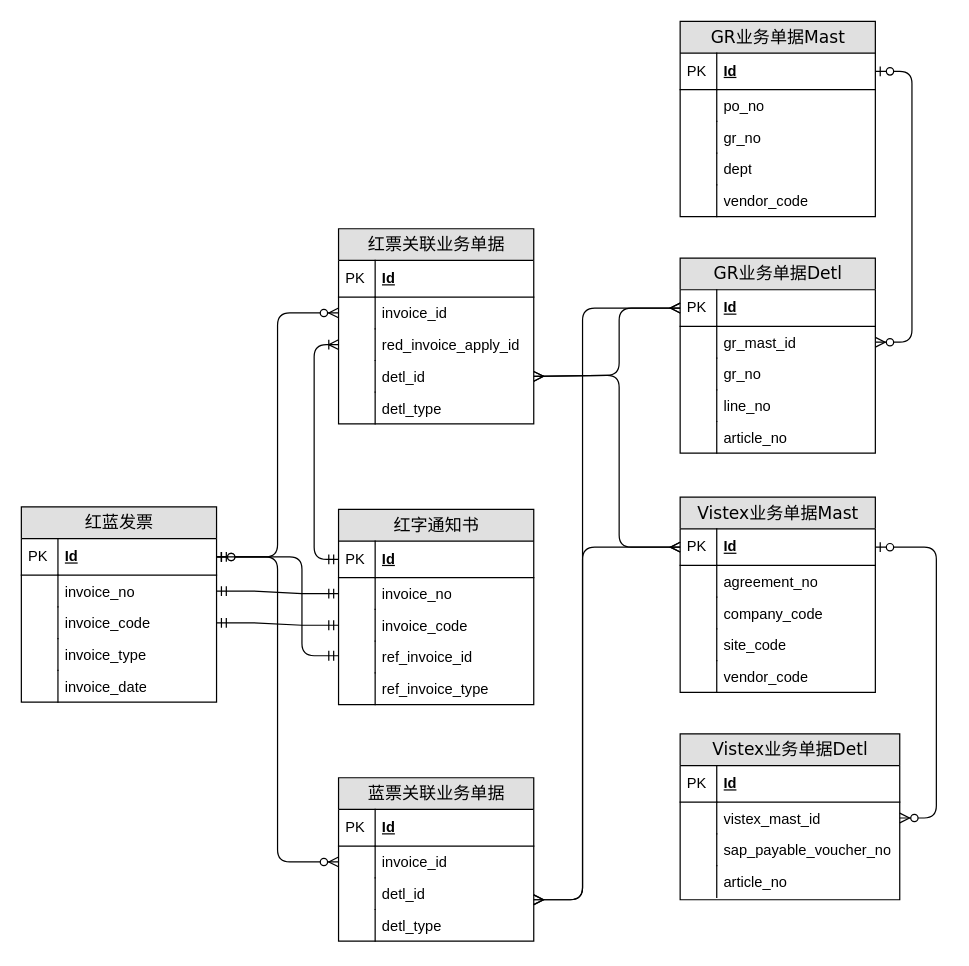
luss613/draw.io keeps this draw.io diagram as VSS_Invoice_ERD.drawio. Above is the earlier version. Source tidied: cells renumbered, new cells numbered last; positions are measured from the earlier drawing's top-left corner, leaving out a move shared by most shapes. Both pictures are drawn from the tidied source at 122%, with x=0, y=0 at pixel (21, 21).
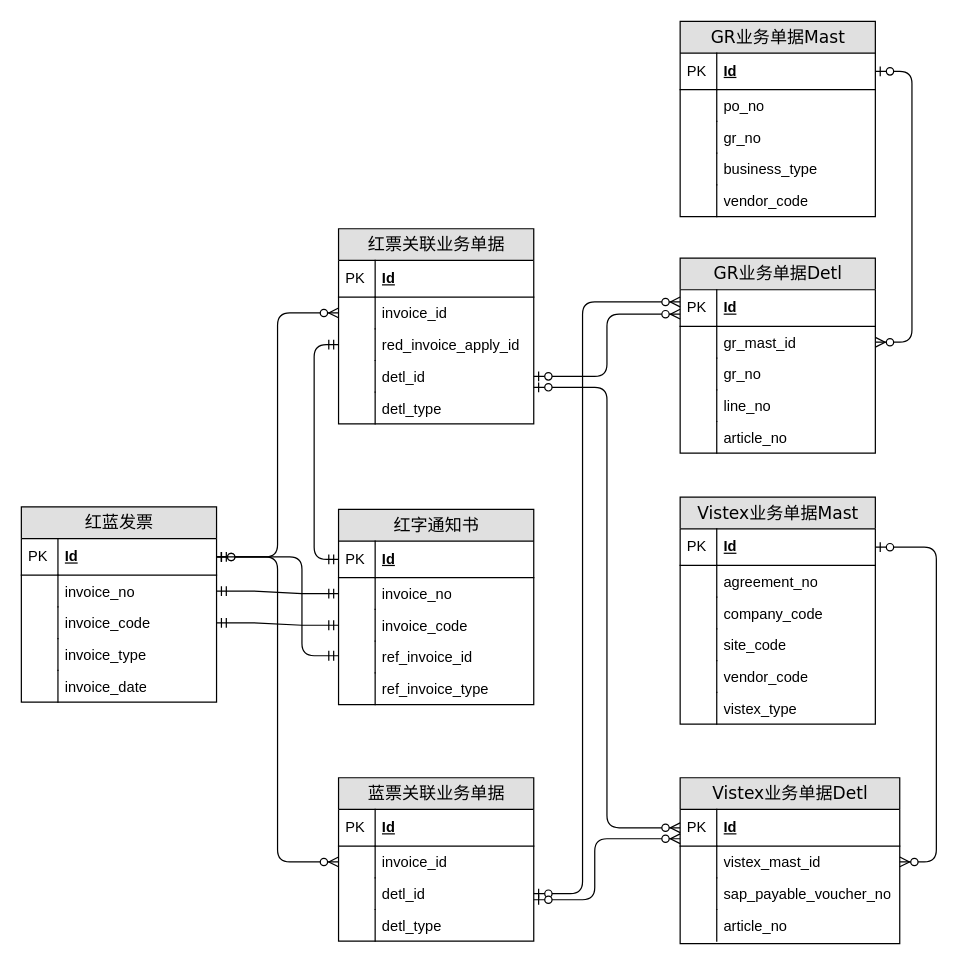
After the change.

The change refers to these unchanged cells:
```xml
<mxCell id="3" value="Id" style="shape=partialRectangle;top=0;left=0;right=0;bottom=1;html=1;align=left;verticalAlign=middle;fillColor=none;spacingLeft=34;spacingRight=4;whiteSpace=wrap;overflow=hidden;points=[[0,0.5],[1,0.5]];portConstraint=eastwest;fontStyle=5;" parent="2" vertex="1">
  <mxGeometry y="26" width="160" height="30" as="geometry" />
</mxCell>
<mxCell id="14" value="Id" style="shape=partialRectangle;top=0;left=0;right=0;bottom=1;html=1;align=left;verticalAlign=middle;fillColor=none;spacingLeft=34;spacingRight=4;whiteSpace=wrap;overflow=hidden;points=[[0,0.5],[1,0.5]];portConstraint=eastwest;fontStyle=5;" parent="13" vertex="1">
  <mxGeometry y="26" width="160" height="30" as="geometry" />
</mxCell>
<mxCell id="42" value="red_invoice_apply_id" style="shape=partialRectangle;top=0;left=0;right=0;bottom=0;html=1;align=left;verticalAlign=top;fillColor=none;spacingLeft=34;spacingRight=4;whiteSpace=wrap;overflow=hidden;points=[[0,0.5],[1,0.5]];portConstraint=eastwest;" parent="37" vertex="1">
  <mxGeometry y="82" width="160" height="26" as="geometry" />
</mxCell>
<mxCell id="44" value="detl_id" style="shape=partialRectangle;top=0;left=0;right=0;bottom=0;html=1;align=left;verticalAlign=top;fillColor=none;spacingLeft=34;spacingRight=4;whiteSpace=wrap;overflow=hidden;points=[[0,0.5],[1,0.5]];portConstraint=eastwest;" parent="37" vertex="1">
  <mxGeometry y="108" width="160" height="26" as="geometry" />
</mxCell>
<mxCell id="48" value="GR业务单据Mast" style="swimlane;html=1;fontStyle=0;horizontal=1;startSize=26;fillColor=#e0e0e0;swimlaneFillColor=#ffffff;align=center;rounded=0;shadow=0;comic=0;labelBackgroundColor=none;strokeWidth=1;fontFamily=Verdana;fontSize=14;swimlaneLine=1;" parent="1" vertex="1">
  <mxGeometry x="540" width="160" height="160" as="geometry" />
</mxCell>
<mxCell id="65" value="detl_id" style="shape=partialRectangle;top=0;left=0;right=0;bottom=0;html=1;align=left;verticalAlign=top;fillColor=none;spacingLeft=34;spacingRight=4;whiteSpace=wrap;overflow=hidden;points=[[0,0.5],[1,0.5]];portConstraint=eastwest;" parent="60" vertex="1">
  <mxGeometry y="82" width="160" height="26" as="geometry" />
</mxCell>
<mxCell id="70" value="Id" style="shape=partialRectangle;top=0;left=0;right=0;bottom=1;html=1;align=left;verticalAlign=middle;fillColor=none;spacingLeft=34;spacingRight=4;whiteSpace=wrap;overflow=hidden;points=[[0,0.5],[1,0.5]];portConstraint=eastwest;fontStyle=5;" parent="69" vertex="1">
  <mxGeometry y="26" width="180" height="30" as="geometry" />
</mxCell>
<mxCell id="79" value="Id" style="shape=partialRectangle;top=0;left=0;right=0;bottom=1;html=1;align=left;verticalAlign=middle;fillColor=none;spacingLeft=34;spacingRight=4;whiteSpace=wrap;overflow=hidden;points=[[0,0.5],[1,0.5]];portConstraint=eastwest;fontStyle=5;" parent="78" vertex="1">
  <mxGeometry y="26" width="160" height="30" as="geometry" />
</mxCell>
```

Change to the diagram source:
```diff
@@
-    <mxCell id="24" style="edgeStyle=orthogonalEdgeStyle;html=1;endArrow=ERoneToMany;startArrow=ERmandOne;labelBackgroundColor=none;fontFamily=Verdana;fontSize=14;exitX=0;exitY=0.5;" parent="1" edge="1" source="14" target="42">
+    <mxCell id="24" style="edgeStyle=orthogonalEdgeStyle;html=1;endArrow=ERmandOne;startArrow=ERmandOne;labelBackgroundColor=none;fontFamily=Verdana;fontSize=14;exitX=0;exitY=0.5;endFill=0;" parent="1" edge="1" source="14" target="42">
       <mxGeometry relative="1" as="geometry">
         <Array as="points">
           <mxPoint x="240" y="441" />
           <mxPoint x="240" y="265" />
         </Array>
       </mxGeometry>
     </mxCell>
-    <mxCell id="25" style="edgeStyle=orthogonalEdgeStyle;html=1;endArrow=ERmany;startArrow=ERmany;labelBackgroundColor=none;fontFamily=Verdana;fontSize=14;entryX=1;entryY=0.5;exitX=0;exitY=0.5;exitDx=0;exitDy=0;entryDx=0;entryDy=0;" parent="1" edge="1" source="3" target="44">
-      <mxGeometry relative="1" as="geometry">
-        <Array as="points">
-          <mxPoint x="490" y="235" />
-          <mxPoint x="490" y="290" />
-        </Array>
-      </mxGeometry>
-    </mxCell>
@@
-    <mxCell id="55" value="dept" style="shape=partialRectangle;top=0;left=0;right=0;bottom=0;html=1;align=left;verticalAlign=top;fillColor=none;spacingLeft=34;spacingRight=4;whiteSpace=wrap;overflow=hidden;" parent="48" vertex="1">
+    <mxCell id="55" value="business_type" style="shape=partialRectangle;top=0;left=0;right=0;bottom=0;html=1;align=left;verticalAlign=top;fillColor=none;spacingLeft=34;spacingRight=4;whiteSpace=wrap;overflow=hidden;" parent="48" vertex="1">
       <mxGeometry y="108" width="160" height="26" as="geometry" />
     </mxCell>
@@
     <mxCell id="69" value="Vistex业务单据Detl" style="swimlane;html=1;fontStyle=0;horizontal=1;startSize=26;fillColor=#e0e0e0;swimlaneFillColor=#ffffff;align=center;rounded=0;shadow=0;comic=0;labelBackgroundColor=none;strokeWidth=1;fontFamily=Verdana;fontSize=14;swimlaneLine=1;" parent="1" vertex="1">
-      <mxGeometry x="540" y="584" width="180" height="136" as="geometry" />
+      <mxGeometry x="540" y="620" width="180" height="136" as="geometry" />
     </mxCell>
@@
     <mxCell id="78" value="Vistex业务单据Mast" style="swimlane;html=1;fontStyle=0;horizontal=1;startSize=26;fillColor=#e0e0e0;swimlaneFillColor=#ffffff;align=center;rounded=0;shadow=0;comic=0;labelBackgroundColor=none;strokeWidth=1;fontFamily=Verdana;fontSize=14;swimlaneLine=1;" parent="1" vertex="1">
-      <mxGeometry x="540" y="390" width="160" height="160" as="geometry" />
+      <mxGeometry x="540" y="390" width="160" height="186" as="geometry" />
     </mxCell>
@@
+    <mxCell id="98" value="vistex_type" style="shape=partialRectangle;top=0;left=0;right=0;bottom=0;html=1;align=left;verticalAlign=top;fillColor=none;spacingLeft=34;spacingRight=4;whiteSpace=wrap;overflow=hidden;" parent="78" vertex="1">
+      <mxGeometry y="160" width="160" height="26" as="geometry" />
+    </mxCell>
+    <mxCell id="99" style="shape=partialRectangle;top=0;left=0;bottom=0;html=1;fillColor=none;align=left;verticalAlign=top;spacingLeft=4;spacingRight=4;whiteSpace=wrap;overflow=hidden;" parent="98" vertex="1">
+      <mxGeometry width="30" height="26" as="geometry" />
+    </mxCell>
@@
-    <mxCell id="94" style="edgeStyle=orthogonalEdgeStyle;html=1;endArrow=ERmany;startArrow=ERmany;labelBackgroundColor=none;fontFamily=Verdana;fontSize=14;" parent="1" edge="1" source="79" target="65">
-      <mxGeometry relative="1" as="geometry">
-        <Array as="points">
-          <mxPoint x="460" y="431" />
-          <mxPoint x="460" y="720" />
-        </Array>
-      </mxGeometry>
-    </mxCell>
-    <mxCell id="95" style="edgeStyle=orthogonalEdgeStyle;html=1;endArrow=ERmany;startArrow=ERmany;labelBackgroundColor=none;fontFamily=Verdana;fontSize=14;entryX=1;entryY=0.5;entryDx=0;entryDy=0;" parent="1" edge="1" source="79" target="44">
-      <mxGeometry relative="1" as="geometry">
-        <Array as="points">
-          <mxPoint x="490" y="431" />
-          <mxPoint x="490" y="290" />
-        </Array>
-      </mxGeometry>
-    </mxCell>
-    <mxCell id="96" style="edgeStyle=orthogonalEdgeStyle;html=1;endArrow=ERmany;startArrow=ERmany;labelBackgroundColor=none;fontFamily=Verdana;fontSize=14;exitX=0;exitY=0.5;exitDx=0;exitDy=0;" parent="1" edge="1" source="3" target="65">
-      <mxGeometry relative="1" as="geometry">
-        <Array as="points">
-          <mxPoint x="460" y="235" />
-          <mxPoint x="460" y="720" />
-        </Array>
-      </mxGeometry>
-    </mxCell>
@@
+    <mxCell id="100" style="edgeStyle=orthogonalEdgeStyle;fontSize=12;html=1;endArrow=ERzeroToMany;startArrow=ERzeroToOne;rounded=1;" parent="1" edge="1" source="44" target="3">
+      <mxGeometry relative="1" as="geometry">
+        <Array as="points">
+          <mxPoint x="480" y="291" />
+          <mxPoint x="480" y="240" />
+        </Array>
+      </mxGeometry>
+    </mxCell>
+    <mxCell id="101" style="edgeStyle=orthogonalEdgeStyle;fontSize=12;html=1;endArrow=ERzeroToMany;startArrow=ERzeroToOne;rounded=1;" parent="1" edge="1" source="44" target="70">
+      <mxGeometry relative="1" as="geometry">
+        <Array as="points">
+          <mxPoint x="480" y="300" />
+          <mxPoint x="480" y="661" />
+        </Array>
+      </mxGeometry>
+    </mxCell>
+    <mxCell id="102" style="edgeStyle=orthogonalEdgeStyle;fontSize=12;html=1;endArrow=ERzeroToMany;startArrow=ERzeroToOne;rounded=1;" parent="1" edge="1" source="65" target="3">
+      <mxGeometry relative="1" as="geometry">
+        <Array as="points">
+          <mxPoint x="460" y="715" />
+          <mxPoint x="460" y="230" />
+        </Array>
+      </mxGeometry>
+    </mxCell>
+    <mxCell id="103" style="edgeStyle=orthogonalEdgeStyle;fontSize=12;html=1;endArrow=ERzeroToMany;startArrow=ERzeroToOne;rounded=1;" parent="1" edge="1" source="65" target="70">
+      <mxGeometry relative="1" as="geometry">
+        <Array as="points">
+          <mxPoint x="470" y="720" />
+          <mxPoint x="470" y="670" />
+        </Array>
+      </mxGeometry>
+    </mxCell>
```
